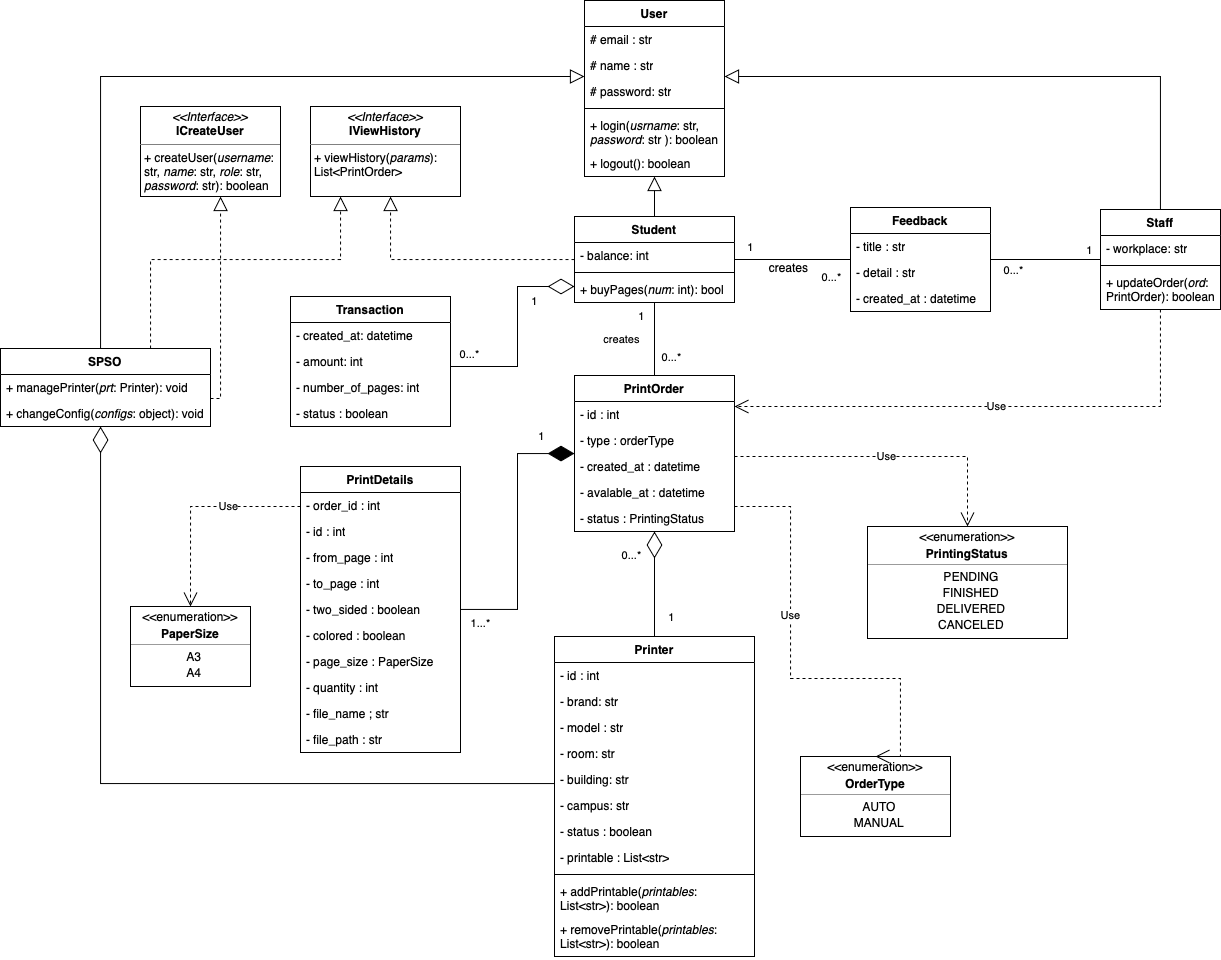
Earlier version of the draw.io export domain-model.drawio.png (blueonline07/test-somth). Source tidied: cells renumbered, new cells last; positions are measured from the earlier drawing's top-left corner, leaving out a move shared by most shapes.
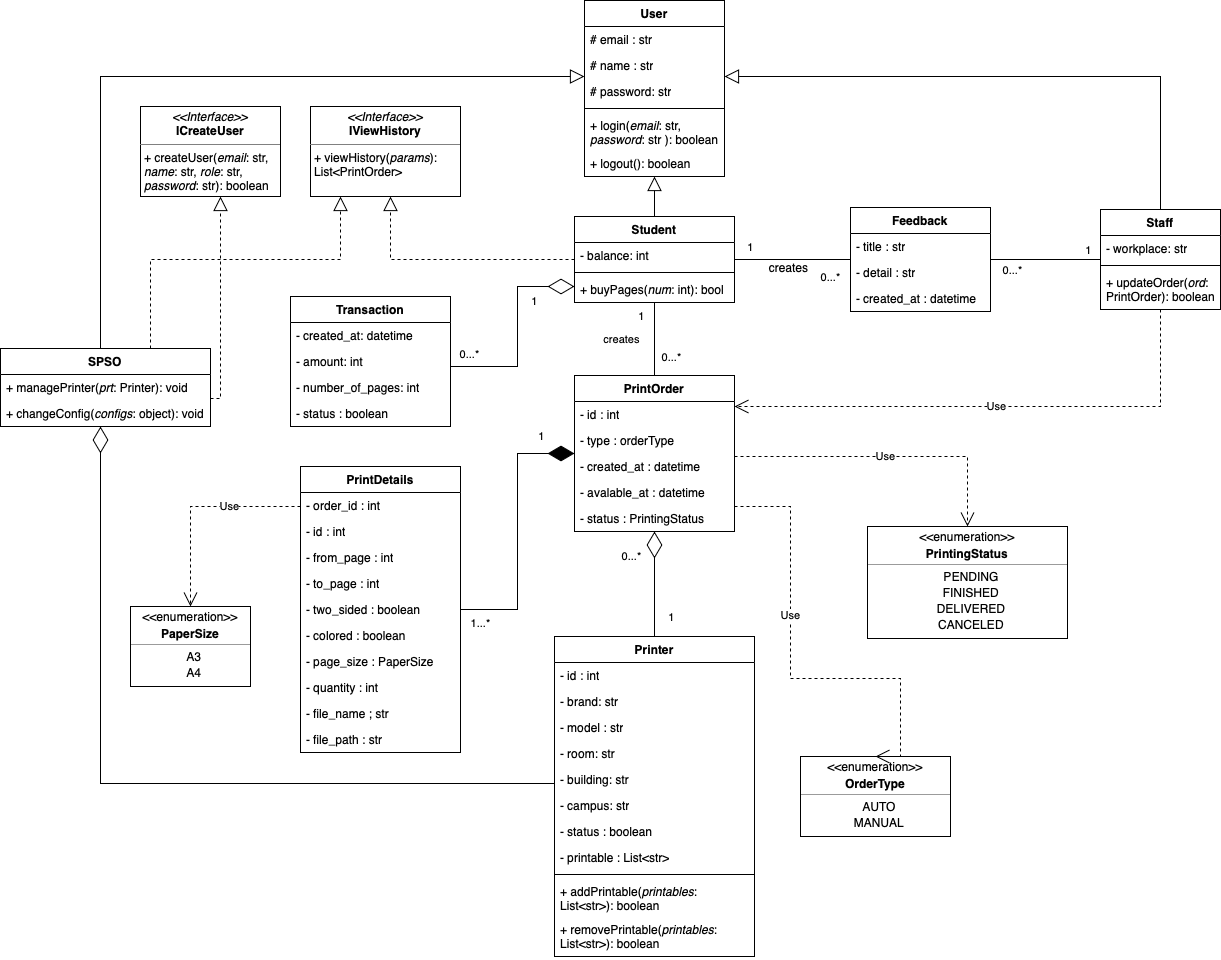
After the change.

The edit, as a diff of the source:
```diff
@@ -17,7 +17,7 @@
     <mxCell id="6" style="line;strokeWidth=1;fillColor=none;align=left;verticalAlign=middle;spacingTop=-1;spacingLeft=3;spacingRight=3;labelPosition=right;strokeColor=inherit;" parent="2" vertex="1">
       <mxGeometry y="104" width="140" height="8" as="geometry" />
     </mxCell>
-    <mxCell id="7" value="+ login(&lt;i&gt;usrname&lt;/i&gt;: str, &lt;i&gt;password&lt;/i&gt;: str ): boolean" style="text;strokeColor=none;fillColor=none;align=left;verticalAlign=top;spacingLeft=4;spacingRight=4;overflow=hidden;whiteSpace=wrap;html=1;" parent="2" vertex="1">
+    <mxCell id="7" value="+ login(&lt;i&gt;email&lt;/i&gt;: str, &lt;i&gt;password&lt;/i&gt;: str ): boolean" style="text;strokeColor=none;fillColor=none;align=left;verticalAlign=top;spacingLeft=4;spacingRight=4;overflow=hidden;whiteSpace=wrap;html=1;" parent="2" vertex="1">
       <mxGeometry y="112" width="140" height="38" as="geometry" />
     </mxCell>
     <mxCell id="8" value="+ logout(): boolean" style="text;strokeColor=none;fillColor=none;align=left;verticalAlign=top;spacingLeft=4;spacingRight=4;overflow=hidden;whiteSpace=wrap;html=1;" parent="2" vertex="1">
@@ -403,7 +403,7 @@
         <mxPoint x="-1" as="offset" />
       </mxGeometry>
     </mxCell>
-    <mxCell id="111" value="&lt;p style=&quot;margin:0px;margin-top:4px;text-align:center;&quot;&gt;&lt;i&gt;&amp;lt;&amp;lt;Interface&amp;gt;&amp;gt;&lt;/i&gt;&lt;br&gt;&lt;b&gt;ICreateUser&lt;/b&gt;&lt;/p&gt;&lt;hr size=&quot;1&quot; style=&quot;border-style:solid;&quot;&gt;&lt;p style=&quot;margin:0px;margin-left:4px;&quot;&gt;+ createUser(&lt;i&gt;username&lt;/i&gt;: str, &lt;i&gt;name&lt;/i&gt;: str, &lt;i&gt;role&lt;/i&gt;: str, &lt;i&gt;password&lt;/i&gt;: str): boolean&lt;/p&gt;" style="verticalAlign=top;align=left;overflow=fill;html=1;whiteSpace=wrap;" parent="1" vertex="1">
+    <mxCell id="111" value="&lt;p style=&quot;margin:0px;margin-top:4px;text-align:center;&quot;&gt;&lt;i&gt;&amp;lt;&amp;lt;Interface&amp;gt;&amp;gt;&lt;/i&gt;&lt;br&gt;&lt;b&gt;ICreateUser&lt;/b&gt;&lt;/p&gt;&lt;hr size=&quot;1&quot; style=&quot;border-style:solid;&quot;&gt;&lt;p style=&quot;margin:0px;margin-left:4px;&quot;&gt;+ createUser(&lt;i&gt;email&lt;/i&gt;: str, &lt;i&gt;name&lt;/i&gt;: str, &lt;i&gt;role&lt;/i&gt;: str, &lt;i&gt;password&lt;/i&gt;: str): boolean&lt;/p&gt;" style="verticalAlign=top;align=left;overflow=fill;html=1;whiteSpace=wrap;" parent="1" vertex="1">
       <mxGeometry x="140" y="106" width="140" height="90" as="geometry" />
     </mxCell>
     <mxCell id="112" value="&lt;p style=&quot;margin:0px;margin-top:4px;text-align:center;&quot;&gt;&lt;i&gt;&amp;lt;&amp;lt;Interface&amp;gt;&amp;gt;&lt;/i&gt;&lt;br&gt;&lt;b&gt;IViewHistory&lt;/b&gt;&lt;/p&gt;&lt;hr size=&quot;1&quot; style=&quot;border-style:solid;&quot;&gt;&lt;p style=&quot;margin:0px;margin-left:4px;&quot;&gt;+ viewHistory(&lt;i&gt;params&lt;/i&gt;): List&amp;lt;PrintOrder&amp;gt;&lt;/p&gt;" style="verticalAlign=top;align=left;overflow=fill;html=1;whiteSpace=wrap;" parent="1" vertex="1">
```
